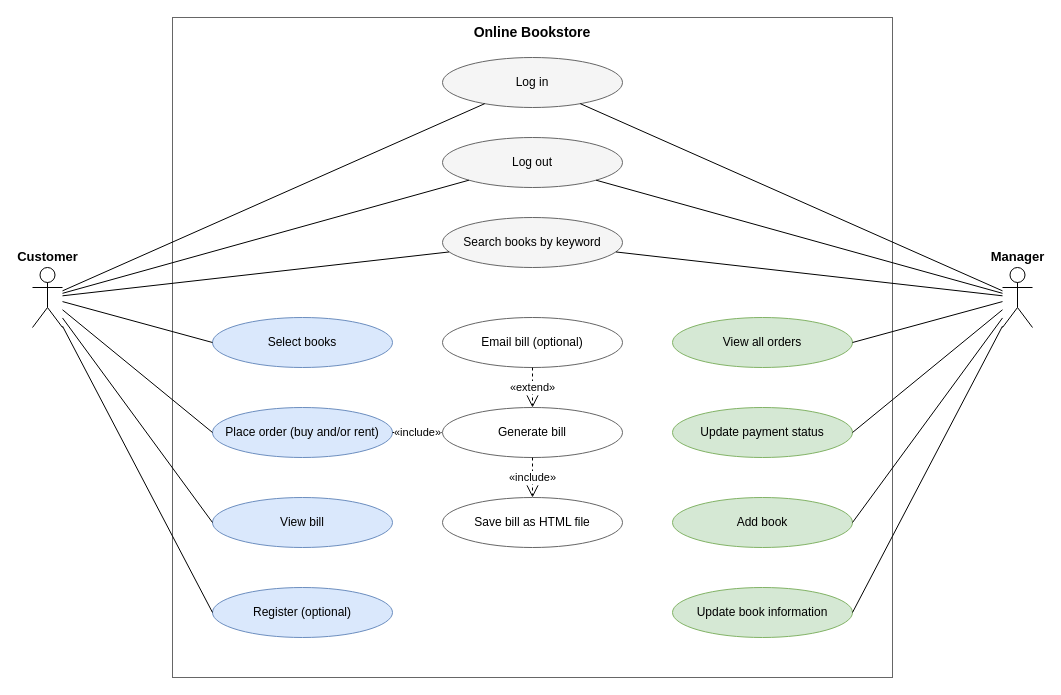
The draw.io diagram docs/02-design/diagrams/use-case.drawio in KFUPMer/csce310-bookstore, before the edit. Source tidied: cells renumbered, new cells numbered last; positions are measured from the earlier drawing's top-left corner, leaving out a move shared by most shapes. Both pictures are drawn from the tidied source at 100%, with x=0, y=0 at pixel (32, 17).
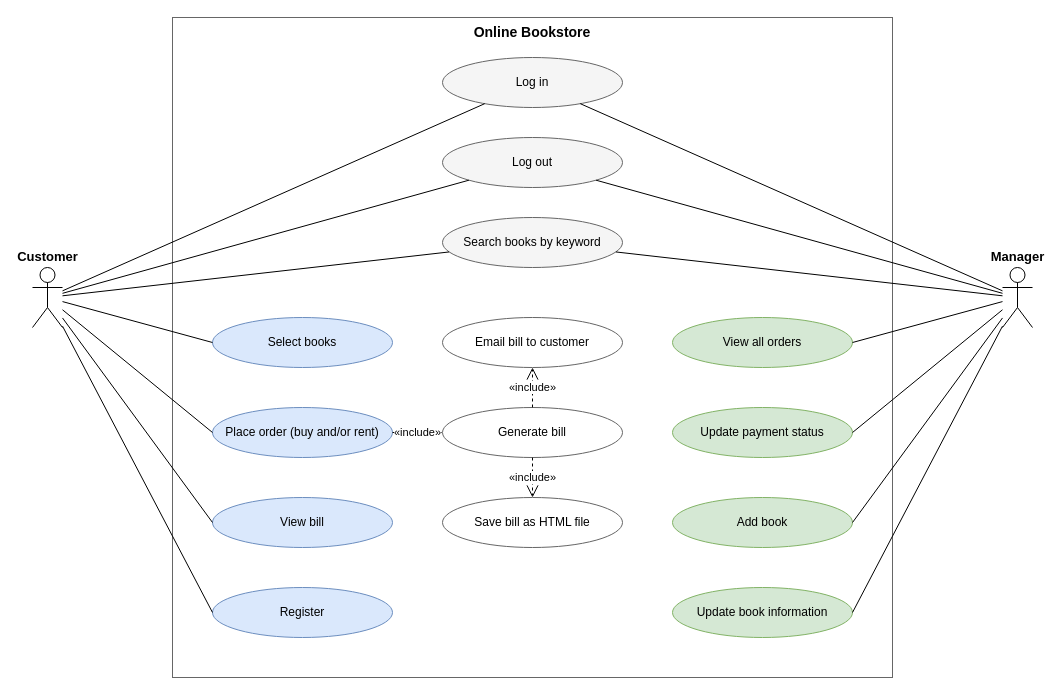
After the change.

Unchanged cells that the change refers to:
```xml
<mxCell id="9" value="Generate bill" style="ellipse;whiteSpace=wrap;html=1;fontSize=12;fillColor=#ffffff;strokeColor=#666666;" parent="1" vertex="1">
  <mxGeometry x="410" y="390" width="180" height="50" as="geometry" />
</mxCell>
```

Diff of the diagram source:
```diff
@@
-    <mxCell id="8" value="Email bill (optional)" style="ellipse;whiteSpace=wrap;html=1;fontSize=12;fillColor=#ffffff;strokeColor=#666666;" parent="1" vertex="1">
+    <mxCell id="8" value="Email bill to customer" style="ellipse;whiteSpace=wrap;html=1;fontSize=12;fillColor=#ffffff;strokeColor=#666666;" parent="1" vertex="1">
       <mxGeometry x="410" y="300" width="180" height="50" as="geometry" />
     </mxCell>
@@
-    <mxCell id="14" value="Register (optional)" style="ellipse;whiteSpace=wrap;html=1;fontSize=12;fillColor=#dae8fc;strokeColor=#6c8ebf;" parent="1" vertex="1">
+    <mxCell id="14" value="Register" style="ellipse;whiteSpace=wrap;html=1;fontSize=12;fillColor=#dae8fc;strokeColor=#6c8ebf;" parent="1" vertex="1">
       <mxGeometry x="180" y="570" width="180" height="50" as="geometry" />
     </mxCell>
@@
-    <mxCell id="35" value="«extend»" style="endArrow=open;endSize=10;dashed=1;html=1;rounded=0;fontSize=11;" parent="1" edge="1" source="8" target="9">
+    <mxCell id="35" value="«include»" style="endArrow=open;endSize=10;dashed=1;html=1;rounded=0;fontSize=11;" parent="1" edge="1" source="9" target="8">
       <mxGeometry relative="1" as="geometry" />
     </mxCell>
```
